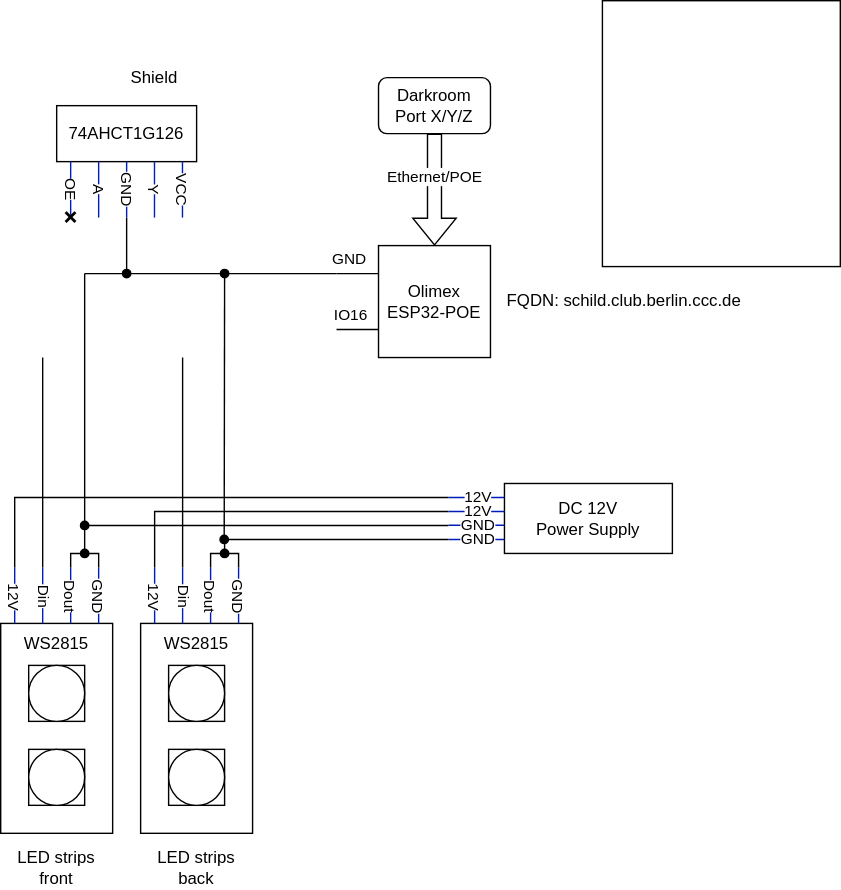
cccb/cccb-schild keeps this draw.io diagram as electronics.drawio.svg. Above is the earlier version. Source tidied: cells renumbered, new cells last; positions are measured from the earlier drawing's top-left corner, leaving out a move shared by most shapes.
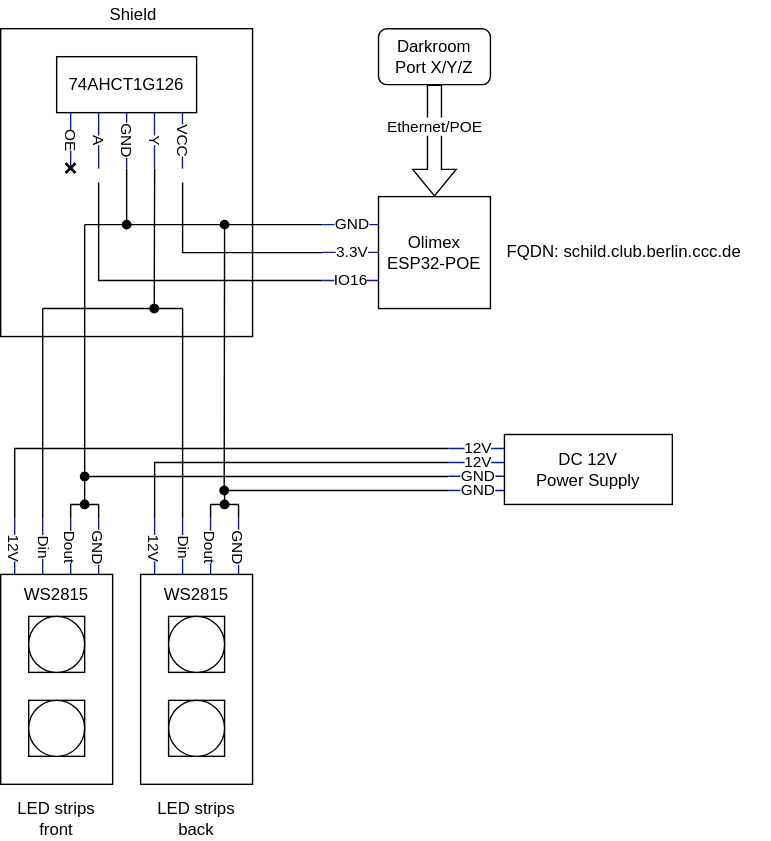
The same file after the commit.

What changed in the source:
```diff
@@ -3,33 +3,33 @@
     <mxCell id="0" />
     <mxCell id="1" parent="0" />
     <mxCell id="2" style="rounded=0;whiteSpace=wrap;html=1;fillColor=default;" parent="1" vertex="1">
-      <mxGeometry x="430" width="170" height="190" as="geometry" />
+      <mxGeometry y="55" width="180" height="220" as="geometry" />
     </mxCell>
     <mxCell id="3" value="Olimex&lt;br&gt;ESP32-POE" style="rounded=0;whiteSpace=wrap;html=1;" parent="1" vertex="1">
       <mxGeometry x="270" y="175" width="80" height="80" as="geometry" />
     </mxCell>
-    <mxCell id="4" style="endArrow=none;html=1;rounded=0;entryX=0;entryY=0.25;entryDx=0;entryDy=0;" parent="1" edge="1" target="3">
+    <mxCell id="4" style="endArrow=none;html=1;rounded=0;entryX=0;entryY=0.25;entryDx=0;entryDy=0;fillColor=#0050ef;strokeColor=#001DBC;" parent="1" edge="1" target="3">
       <mxGeometry relative="1" as="geometry">
-        <mxPoint x="240" y="195" as="sourcePoint" />
+        <mxPoint x="230" y="195" as="sourcePoint" />
       </mxGeometry>
     </mxCell>
     <mxCell id="5" value="GND" style="edgeLabel;html=1;align=center;verticalAlign=middle;" parent="4" vertex="1">
       <mxGeometry x="-0.38" relative="1" as="geometry">
-        <mxPoint y="-10" as="offset" />
+        <mxPoint x="8" as="offset" />
       </mxGeometry>
     </mxCell>
-    <mxCell id="6" style="endArrow=none;html=1;rounded=0;exitX=0;exitY=0.75;exitDx=0;exitDy=0;" parent="1" edge="1" source="3">
+    <mxCell id="6" style="endArrow=none;html=1;rounded=0;exitX=0;exitY=0.75;exitDx=0;exitDy=0;fillColor=#0050ef;strokeColor=#001DBC;" parent="1" edge="1" source="3">
       <mxGeometry relative="1" as="geometry">
-        <mxPoint x="240" y="235" as="targetPoint" />
+        <mxPoint x="230" y="235" as="targetPoint" />
       </mxGeometry>
     </mxCell>
     <mxCell id="7" value="IO16" style="edgeLabel;html=1;align=center;verticalAlign=middle;" parent="6" vertex="1">
       <mxGeometry x="0.51" y="-2" relative="1" as="geometry">
-        <mxPoint x="3" y="-8" as="offset" />
+        <mxPoint x="10" y="2" as="offset" />
       </mxGeometry>
     </mxCell>
     <mxCell id="8" value="Shield" style="text;html=1;strokeColor=none;fillColor=none;align=center;verticalAlign=middle;whiteSpace=wrap;rounded=0;" parent="1" vertex="1">
-      <mxGeometry x="90" y="45" width="40" height="20" as="geometry" />
+      <mxGeometry x="75" y="35" width="40" height="20" as="geometry" />
     </mxCell>
     <mxCell id="9" style="shape=flexArrow;endArrow=classic;html=1;rounded=0;entryX=0.5;entryY=0;entryDx=0;entryDy=0;exitX=0.5;exitY=1;exitDx=0;exitDy=0;" parent="1" edge="1" source="11" target="3">
       <mxGeometry relative="1" as="geometry" />
@@ -372,8 +372,49 @@
     <mxCell id="75" style="endArrow=none;html=1;rounded=0;" parent="1" edge="1">
       <mxGeometry relative="1" as="geometry">
         <mxPoint x="60" y="195" as="sourcePoint" />
-        <mxPoint x="240" y="195" as="targetPoint" />
+        <mxPoint x="230" y="195" as="targetPoint" />
       </mxGeometry>
     </mxCell>
+    <mxCell id="76" style="endArrow=none;html=1;rounded=0;" parent="1" edge="1">
+      <mxGeometry relative="1" as="geometry">
+        <mxPoint x="30" y="255" as="sourcePoint" />
+        <mxPoint x="130" y="255" as="targetPoint" />
+      </mxGeometry>
+    </mxCell>
+    <mxCell id="77" style="endArrow=none;html=1;rounded=0;startArrow=oval;startFill=1;" parent="1" edge="1">
+      <mxGeometry relative="1" as="geometry">
+        <mxPoint x="109.7" y="255" as="sourcePoint" />
+        <mxPoint x="110" y="155" as="targetPoint" />
+      </mxGeometry>
+    </mxCell>
+    <mxCell id="78" style="endArrow=none;html=1;rounded=0;" parent="1" edge="1">
+      <mxGeometry relative="1" as="geometry">
+        <mxPoint x="70" y="165" as="sourcePoint" />
+        <mxPoint x="230" y="235" as="targetPoint" />
+        <Array as="points">
+          <mxPoint x="70" y="235" />
+        </Array>
+      </mxGeometry>
+    </mxCell>
+    <mxCell id="79" style="endArrow=none;html=1;rounded=0;entryX=0;entryY=0.25;entryDx=0;entryDy=0;fillColor=#0050ef;strokeColor=#001DBC;" parent="1" edge="1">
+      <mxGeometry relative="1" as="geometry">
+        <mxPoint x="230" y="214.9" as="sourcePoint" />
+        <mxPoint x="270" y="214.9" as="targetPoint" />
+      </mxGeometry>
+    </mxCell>
+    <mxCell id="80" value="3.3V" style="edgeLabel;html=1;align=center;verticalAlign=middle;" parent="79" vertex="1">
+      <mxGeometry x="-0.38" relative="1" as="geometry">
+        <mxPoint x="8" as="offset" />
+      </mxGeometry>
+    </mxCell>
+    <mxCell id="81" style="endArrow=none;html=1;rounded=0;" parent="1" edge="1">
+      <mxGeometry relative="1" as="geometry">
+        <mxPoint x="130" y="165" as="sourcePoint" />
+        <mxPoint x="230" y="215" as="targetPoint" />
+        <Array as="points">
+          <mxPoint x="130" y="215" />
+        </Array>
+      </mxGeometry>
+    </mxCell>
   </root>
 </mxGraphModel>
```
